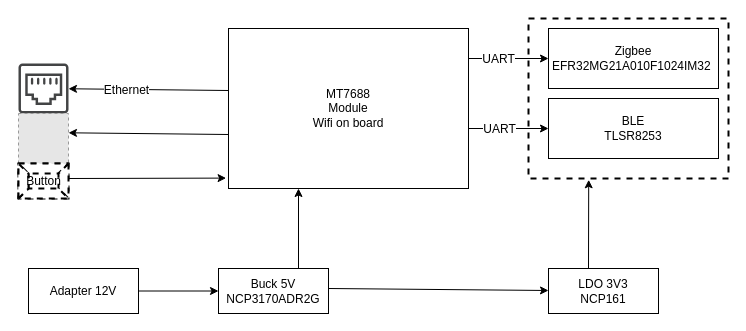
anhvanthe/01_my_drawio keeps this draw.io diagram as RD_GW.drawio. Above is the earlier version. Source tidied: cells renumbered, new cells numbered last; positions are measured from the earlier drawing's top-left corner, leaving out a move shared by most shapes. Both pictures are drawn from the tidied source at 100%, with x=0, y=0 at pixel (18, 18). Pictures stored in the file or linked from it are replaced by grey dashed boxes.
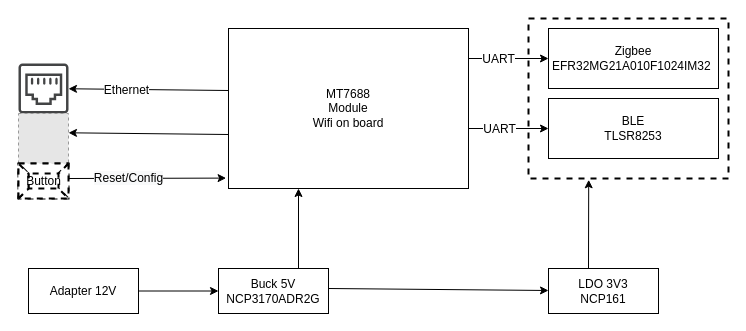
After the change.

The change refers to these unchanged cells:
```xml
<mxCell id="23" style="endArrow=classic;html=1;entryX=-0.01;entryY=0.935;entryDx=0;entryDy=0;entryPerimeter=0;" parent="1" edge="1" target="3">
  <mxGeometry relative="1" as="geometry">
    <mxPoint x="50" y="160" as="sourcePoint" />
  </mxGeometry>
</mxCell>
```

The edit, as a diff of the source:
```diff
@@
+    <mxCell id="24" value="&lt;span style=&quot;background-color: rgb(248 , 249 , 250)&quot;&gt;Reset/Config&lt;/span&gt;" style="text;html=1;align=center;verticalAlign=middle;labelBackgroundColor=#ffffff;" parent="23" vertex="1">
+      <mxGeometry x="-0.39" y="-1" relative="1" as="geometry">
+        <mxPoint x="11.5" y="-1" as="offset" />
+      </mxGeometry>
+    </mxCell>
```
